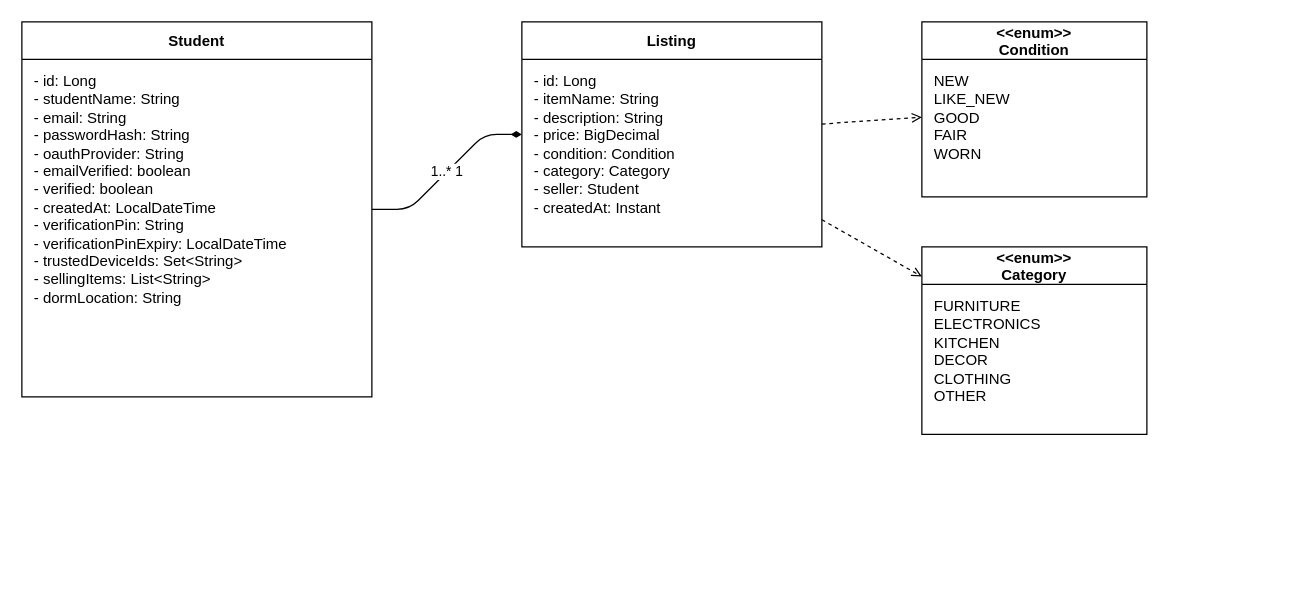
This is backend/docs/diagrams/domain-class-diagram.drawio from khoaboa1/SoftwareStudioProject1, a draw.io file, before an edit. Source tidied: cells renumbered, new cells numbered last; positions are measured from the earlier drawing's top-left corner, leaving out a move shared by most shapes. Both pictures are drawn from the tidied source at 125%, with x=0, y=0 at pixel (21, 21).
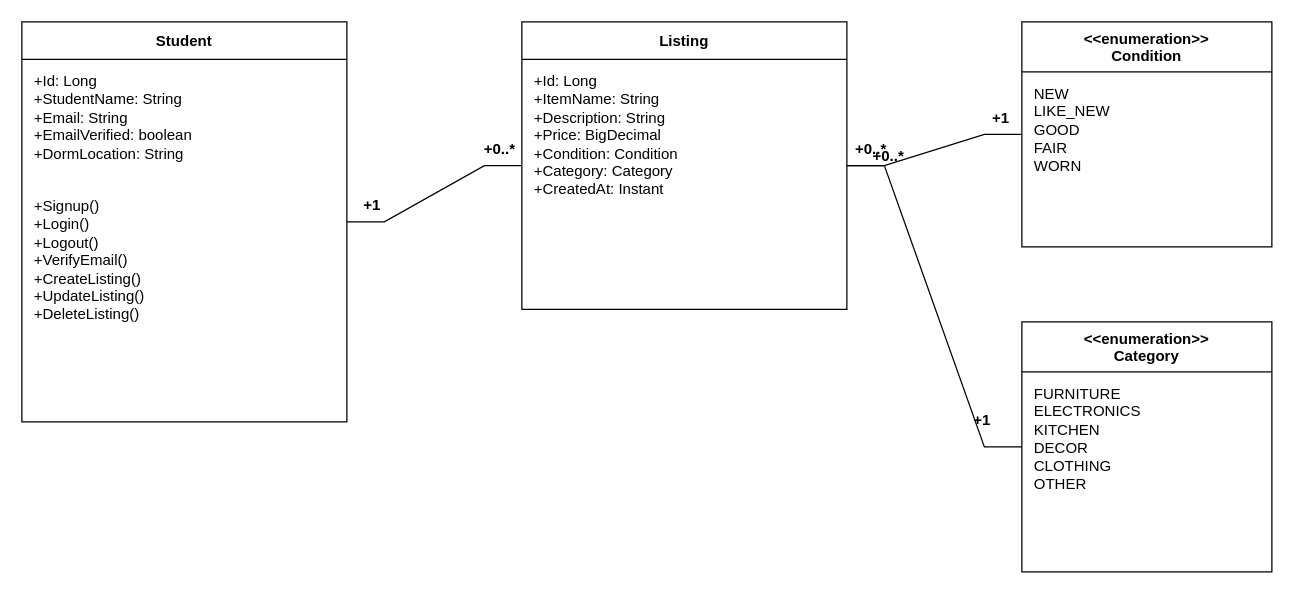
After the change.

Commit message (it also covers changes not shown here):
SSP1-75-docs: match diagram notation to reference (title/attrs/ops boxes, multiplicity labels)

Diff of the diagram source:
```diff
@@
-    <mxCell id="2" value="Student" style="swimlane;fontStyle=1;align=center;horizontal=1;startSize=30;" parent="1" vertex="1">
-      <mxGeometry width="280" height="300" as="geometry" />
+    <mxCell id="2" value="Student" style="swimlane;fontStyle=1;align=center;verticalAlign=middle;horizontal=1;startSize=30;fillColor=#ffffff;strokeColor=#000000;fontColor=#000000;" parent="1" vertex="1">
+      <mxGeometry width="260" height="320" as="geometry" />
     </mxCell>
-    <mxCell id="3" value="- id: Long&#10;- studentName: String&#10;- email: String&#10;- passwordHash: String&#10;- oauthProvider: String&#10;- emailVerified: boolean&#10;- verified: boolean&#10;- createdAt: LocalDateTime&#10;- verificationPin: String&#10;- verificationPinExpiry: LocalDateTime&#10;- trustedDeviceIds: Set&lt;String&gt;&#10;- sellingItems: List&lt;String&gt;&#10;- dormLocation: String" style="text;align=left;verticalAlign=top;spacingLeft=8;spacingTop=4;whiteSpace=wrap;" parent="2" vertex="1">
-      <mxGeometry y="30" width="280" height="270" as="geometry" />
+    <mxCell id="3" value="+Id: Long&#10;+StudentName: String&#10;+Email: String&#10;+EmailVerified: boolean&#10;+DormLocation: String" style="text;align=left;verticalAlign=top;spacingLeft=8;spacingTop=4;spacingBottom=4;whiteSpace=wrap;fontColor=#000000;" parent="2" vertex="1">
+      <mxGeometry y="30" width="260" height="100" as="geometry" />
     </mxCell>
+    <mxCell id="13" value="+Signup()&#10;+Login()&#10;+Logout()&#10;+VerifyEmail()&#10;+CreateListing()&#10;+UpdateListing()&#10;+DeleteListing()" style="text;align=left;verticalAlign=top;spacingLeft=8;spacingTop=4;spacingBottom=4;whiteSpace=wrap;fontColor=#000000;" parent="2" vertex="1">
+      <mxGeometry y="130" width="260" height="190" as="geometry" />
+    </mxCell>
-    <mxCell id="4" value="Listing" style="swimlane;fontStyle=1;align=center;horizontal=1;startSize=30;" parent="1" vertex="1">
-      <mxGeometry x="400" width="240" height="180" as="geometry" />
+    <mxCell id="4" value="Listing" style="swimlane;fontStyle=1;align=center;verticalAlign=middle;horizontal=1;startSize=30;fillColor=#ffffff;strokeColor=#000000;fontColor=#000000;" parent="1" vertex="1">
+      <mxGeometry x="400" width="260" height="230" as="geometry" />
     </mxCell>
-    <mxCell id="5" value="- id: Long&#10;- itemName: String&#10;- description: String&#10;- price: BigDecimal&#10;- condition: Condition&#10;- category: Category&#10;- seller: Student&#10;- createdAt: Instant" style="text;align=left;verticalAlign=top;spacingLeft=8;spacingTop=4;whiteSpace=wrap;" parent="4" vertex="1">
-      <mxGeometry y="30" width="240" height="150" as="geometry" />
+    <mxCell id="5" value="+Id: Long&#10;+ItemName: String&#10;+Description: String&#10;+Price: BigDecimal&#10;+Condition: Condition&#10;+Category: Category&#10;+CreatedAt: Instant" style="text;align=left;verticalAlign=top;spacingLeft=8;spacingTop=4;spacingBottom=4;whiteSpace=wrap;fontColor=#000000;" parent="4" vertex="1">
+      <mxGeometry y="30" width="260" height="140" as="geometry" />
     </mxCell>
+    <mxCell id="14" style="text;align=left;verticalAlign=top;spacingLeft=8;spacingTop=4;whiteSpace=wrap;fontColor=#000000;" parent="4" vertex="1">
+      <mxGeometry y="170" width="260" height="60" as="geometry" />
+    </mxCell>
-    <mxCell id="6" value="&lt;&lt;enum&gt;&gt;&#10;Condition" style="swimlane;fontStyle=1;align=center;horizontal=1;startSize=30;" parent="1" vertex="1">
-      <mxGeometry x="720" width="180" height="140" as="geometry" />
+    <mxCell id="6" value="&lt;&lt;enumeration&gt;&gt;&#10;Condition" style="swimlane;fontStyle=1;align=center;verticalAlign=middle;horizontal=1;startSize=40;fillColor=#ffffff;strokeColor=#000000;fontColor=#000000;" parent="1" vertex="1">
+      <mxGeometry x="800" width="200" height="180" as="geometry" />
     </mxCell>
-    <mxCell id="7" value="NEW&#10;LIKE_NEW&#10;GOOD&#10;FAIR&#10;WORN" style="text;align=left;verticalAlign=top;spacingLeft=8;spacingTop=4;whiteSpace=wrap;" parent="6" vertex="1">
-      <mxGeometry y="30" width="180" height="110" as="geometry" />
+    <mxCell id="7" value="NEW&#10;LIKE_NEW&#10;GOOD&#10;FAIR&#10;WORN" style="text;align=left;verticalAlign=top;spacingLeft=8;spacingTop=4;spacingBottom=4;whiteSpace=wrap;fontColor=#000000;" parent="6" vertex="1">
+      <mxGeometry y="40" width="200" height="140" as="geometry" />
     </mxCell>
-    <mxCell id="8" value="&lt;&lt;enum&gt;&gt;&#10;Category" style="swimlane;fontStyle=1;align=center;horizontal=1;startSize=30;" parent="1" vertex="1">
-      <mxGeometry x="720" y="180" width="180" height="150" as="geometry" />
+    <mxCell id="8" value="&lt;&lt;enumeration&gt;&gt;&#10;Category" style="swimlane;fontStyle=1;align=center;verticalAlign=middle;horizontal=1;startSize=40;fillColor=#ffffff;strokeColor=#000000;fontColor=#000000;" parent="1" vertex="1">
+      <mxGeometry x="800" y="240" width="200" height="200" as="geometry" />
     </mxCell>
-    <mxCell id="9" value="FURNITURE&#10;ELECTRONICS&#10;KITCHEN&#10;DECOR&#10;CLOTHING&#10;OTHER" style="text;align=left;verticalAlign=top;spacingLeft=8;spacingTop=4;whiteSpace=wrap;" parent="8" vertex="1">
-      <mxGeometry y="30" width="180" height="120" as="geometry" />
+    <mxCell id="9" value="FURNITURE&#10;ELECTRONICS&#10;KITCHEN&#10;DECOR&#10;CLOTHING&#10;OTHER" style="text;align=left;verticalAlign=top;spacingLeft=8;spacingTop=4;spacingBottom=4;whiteSpace=wrap;fontColor=#000000;" parent="8" vertex="1">
+      <mxGeometry y="40" width="200" height="160" as="geometry" />
     </mxCell>
-    <mxCell id="10" value="1..*         1" style="edgeStyle=entityRelationEdgeStyle;endArrow=none;startArrow=diamondThin;startFill=1;html=1;" parent="1" edge="1" source="4" target="2">
-      <mxGeometry relative="1" as="geometry" />
-    </mxCell>
+    <mxCell id="15" style="edgeStyle=entityRelationEdgeStyle;rounded=0;endArrow=none;startArrow=none;html=1;strokeColor=#000000;" parent="1" edge="1" source="2" target="4">
+      <mxGeometry relative="1" as="geometry" />
+    </mxCell>
+    <mxCell id="16" value="+1" style="text;html=1;align=center;verticalAlign=middle;fontColor=#000000;fontStyle=1;" parent="15" vertex="1">
+      <mxGeometry x="-0.75" relative="1" as="geometry">
+        <mxPoint y="-14" as="offset" />
+      </mxGeometry>
+    </mxCell>
+    <mxCell id="17" value="+0..*" style="text;html=1;align=center;verticalAlign=middle;fontColor=#000000;fontStyle=1;" parent="15" vertex="1">
+      <mxGeometry x="0.75" relative="1" as="geometry">
+        <mxPoint y="-14" as="offset" />
+      </mxGeometry>
+    </mxCell>
-    <mxCell id="11" style="endArrow=open;html=1;dashed=1;" parent="1" edge="1" source="4" target="6">
+    <mxCell id="11" style="edgeStyle=entityRelationEdgeStyle;rounded=0;endArrow=none;startArrow=none;html=1;strokeColor=#000000;" parent="1" edge="1" source="4" target="6">
       <mxGeometry relative="1" as="geometry" />
     </mxCell>
+    <mxCell id="18" value="+0..*" style="text;html=1;align=center;verticalAlign=middle;fontColor=#000000;fontStyle=1;" parent="11" vertex="1">
+      <mxGeometry x="-0.75" relative="1" as="geometry">
+        <mxPoint y="-14" as="offset" />
+      </mxGeometry>
+    </mxCell>
+    <mxCell id="19" value="+1" style="text;html=1;align=center;verticalAlign=middle;fontColor=#000000;fontStyle=1;" parent="11" vertex="1">
+      <mxGeometry x="0.75" relative="1" as="geometry">
+        <mxPoint y="-14" as="offset" />
+      </mxGeometry>
+    </mxCell>
-    <mxCell id="12" style="endArrow=open;html=1;dashed=1;" parent="1" edge="1" source="4" target="8">
+    <mxCell id="12" style="edgeStyle=entityRelationEdgeStyle;rounded=0;endArrow=none;startArrow=none;html=1;strokeColor=#000000;" parent="1" edge="1" source="4" target="8">
       <mxGeometry relative="1" as="geometry" />
     </mxCell>
+    <mxCell id="20" value="+0..*" style="text;html=1;align=center;verticalAlign=middle;fontColor=#000000;fontStyle=1;" parent="12" vertex="1">
+      <mxGeometry x="-0.75" relative="1" as="geometry">
+        <mxPoint y="-14" as="offset" />
+      </mxGeometry>
+    </mxCell>
+    <mxCell id="21" value="+1" style="text;html=1;align=center;verticalAlign=middle;fontColor=#000000;fontStyle=1;" parent="12" vertex="1">
+      <mxGeometry x="0.75" relative="1" as="geometry">
+        <mxPoint y="-14" as="offset" />
+      </mxGeometry>
+    </mxCell>
```
